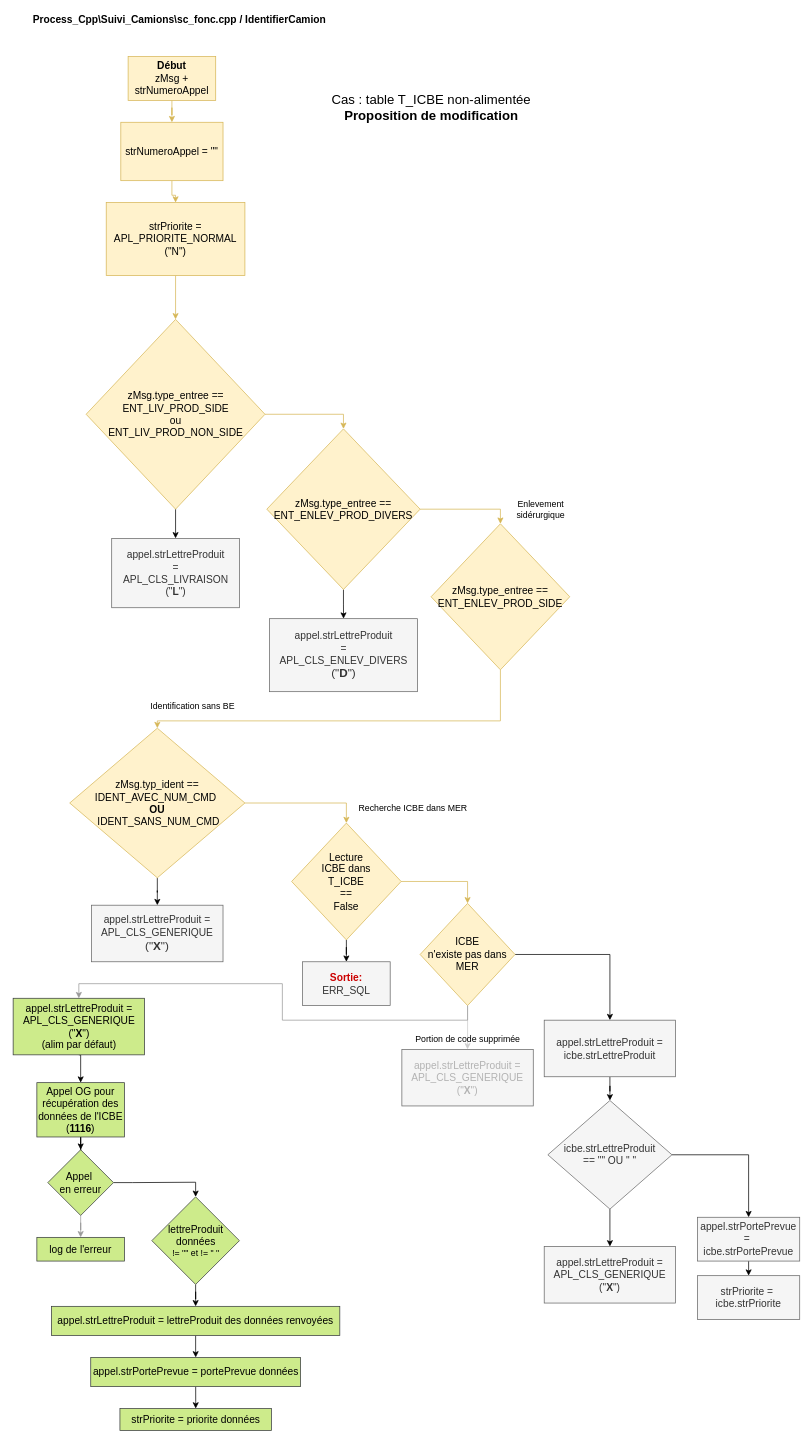
Earlier version of the draw.io diagram MER_sc_fonc_identifierCamion_enlev_sider_modifs2.drawio (wu1f72514/arcGraphs). Source tidied: cells renumbered, new cells numbered last; positions are measured from the earlier drawing's top-left corner, leaving out a move shared by most shapes. Both pictures are drawn from the tidied source at 73%, with x=0, y=0 at pixel (12, 12).
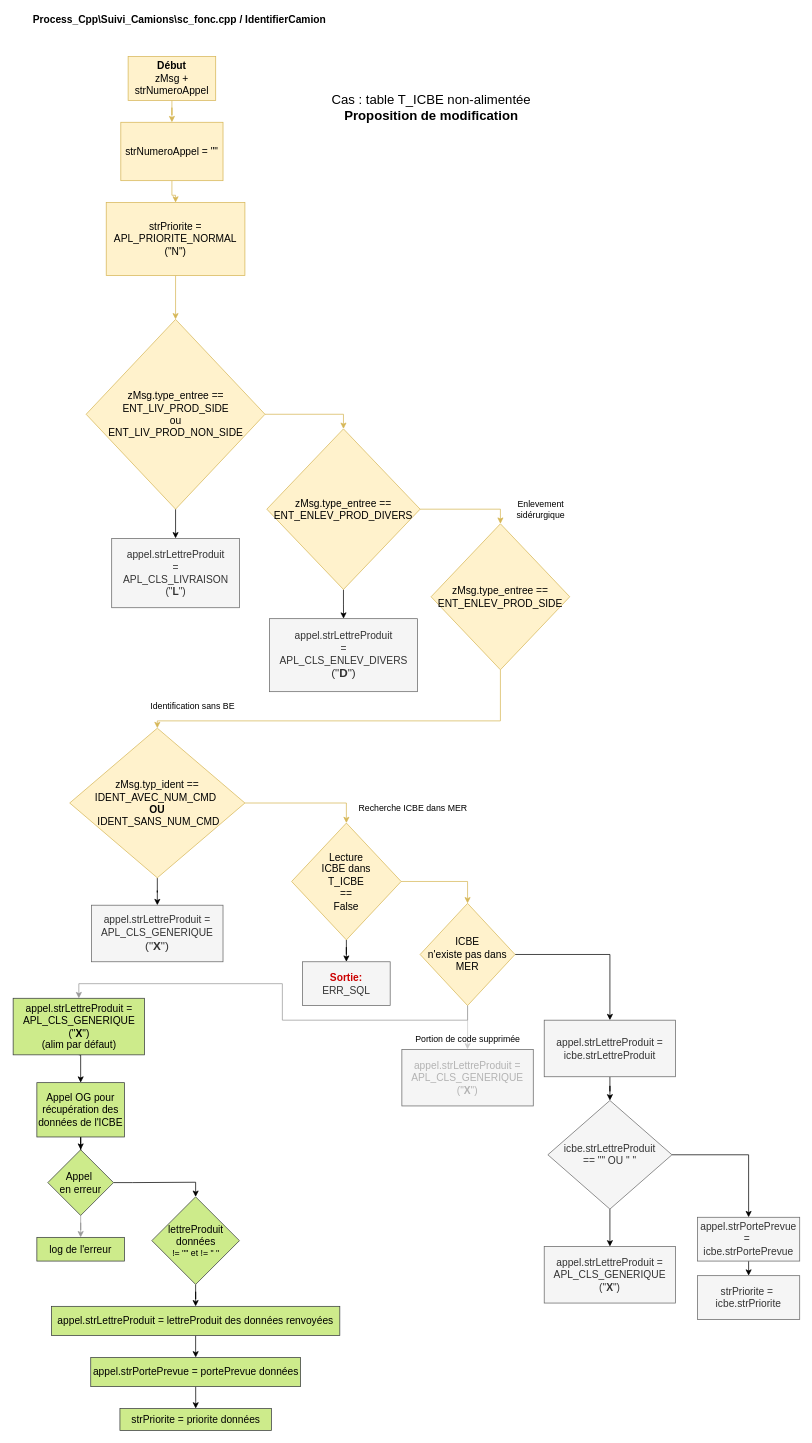
Above is the later version.

The edit, as a diff of the source:
```diff
@@
-    <mxCell id="46" value="&lt;font style=&quot;font-size: 14px&quot;&gt;Appel OG pour&lt;br&gt;récupération des données de l'ICBE (&lt;b&gt;1116&lt;/b&gt;)&lt;/font&gt;" style="rounded=0;whiteSpace=wrap;html=1;strokeColor=#36393d;fillColor=#cdeb8b;" parent="1" vertex="1">
+    <mxCell id="46" value="&lt;font style=&quot;font-size: 14px&quot;&gt;Appel OG pour&lt;br&gt;récupération des données de l'ICBE&lt;/font&gt;" style="rounded=0;whiteSpace=wrap;html=1;strokeColor=#36393d;fillColor=#cdeb8b;" parent="1" vertex="1">
       <mxGeometry x="33" y="1465.6" width="120" height="74.4" as="geometry" />
     </mxCell>
```
